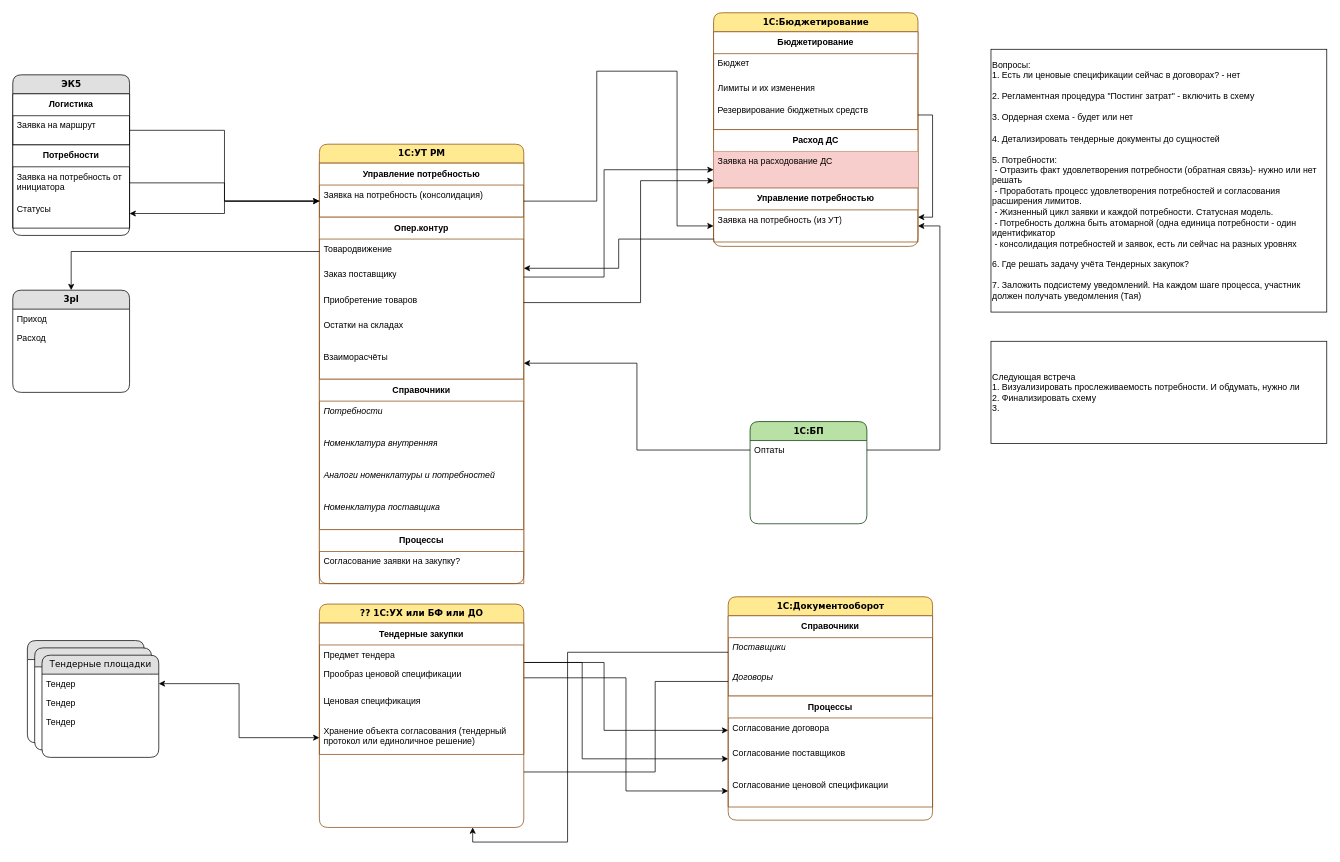
This is Диаграмма без названия.drawio from mih-ap/dwaw.io, a draw.io file, before an edit. Source tidied: cells renumbered, new cells numbered last; positions are measured from the earlier drawing's top-left corner, leaving out a move shared by most shapes. Both pictures are drawn from the tidied source at 73%, with x=0, y=0 at pixel (12, 12).
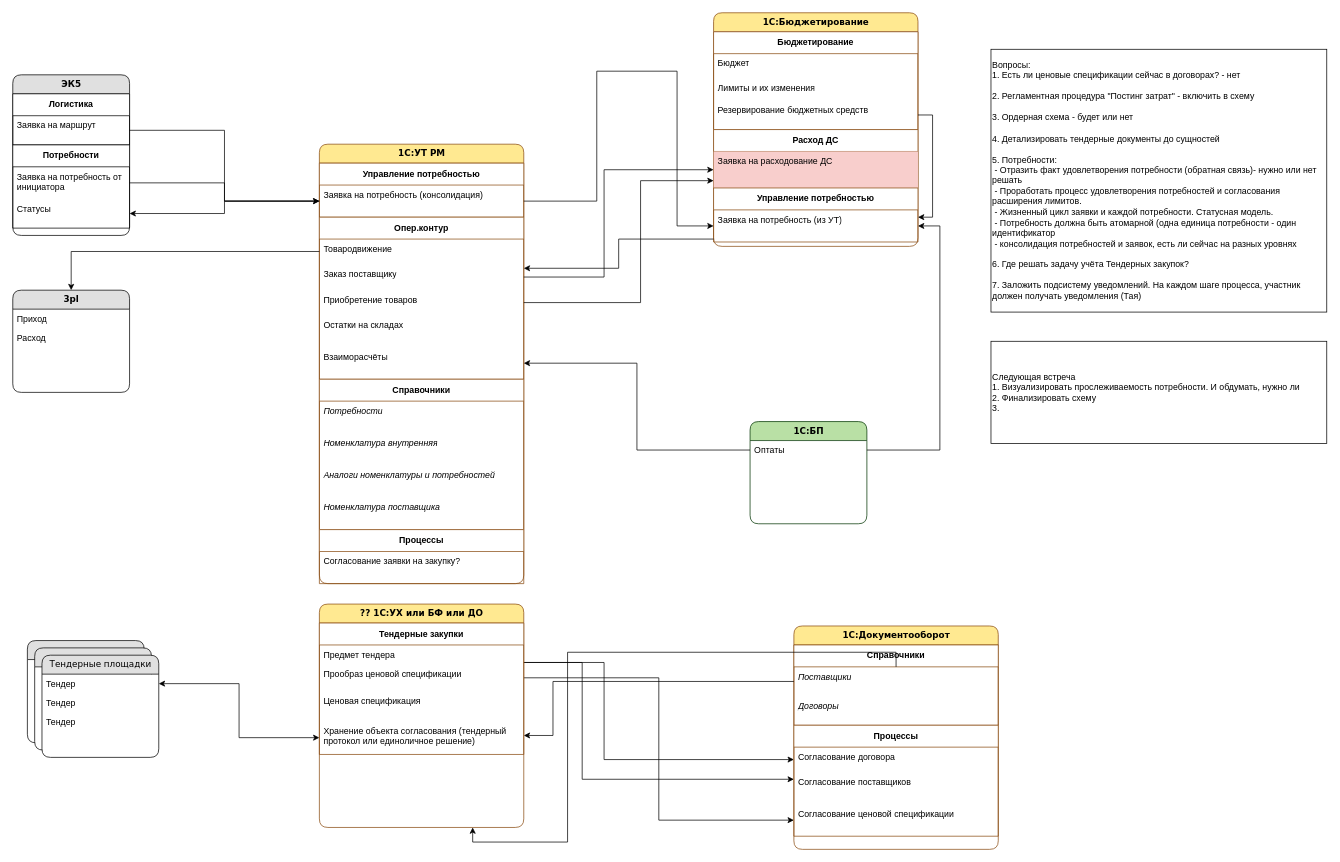
Above is the later version.

Unchanged cells that the change refers to:
```xml
<mxCell id="42" value="Поставщики" style="text;html=1;strokeColor=none;fillColor=none;spacingLeft=4;spacingRight=4;whiteSpace=wrap;overflow=hidden;points=[[0,0.5],[1,0.5]];portConstraint=eastwest;fontStyle=2;" parent="41" vertex="1">
  <mxGeometry y="30" width="280" height="40" as="geometry" />
</mxCell>
<mxCell id="43" value="Договоры" style="text;html=1;strokeColor=none;fillColor=none;spacingLeft=4;spacingRight=4;whiteSpace=wrap;overflow=hidden;points=[[0,0.5],[1,0.5]];portConstraint=eastwest;fontStyle=2;" parent="41" vertex="1">
  <mxGeometry y="70" width="280" height="40" as="geometry" />
</mxCell>
<mxCell id="45" value="Согласование договора" style="text;html=1;strokeColor=none;fillColor=none;spacingLeft=4;spacingRight=4;whiteSpace=wrap;overflow=hidden;points=[[0,0.5],[1,0.5]];portConstraint=eastwest;" parent="44" vertex="1">
  <mxGeometry y="30" width="280" height="34" as="geometry" />
</mxCell>
<mxCell id="46" value="Согласование поставщиков" style="text;html=1;strokeColor=none;fillColor=none;spacingLeft=4;spacingRight=4;whiteSpace=wrap;overflow=hidden;points=[[0,0.5],[1,0.5]];portConstraint=eastwest;fontStyle=0;" parent="44" vertex="1">
  <mxGeometry y="64" width="280" height="44" as="geometry" />
</mxCell>
<mxCell id="74" value="Хранение объекта согласования (тендерный протокол или единоличное решение)" style="text;html=1;strokeColor=none;fillColor=none;spacingLeft=4;spacingRight=4;whiteSpace=wrap;overflow=hidden;points=[[0,0.5],[1,0.5]];portConstraint=eastwest;" parent="70" vertex="1">
  <mxGeometry y="134" width="280" height="46" as="geometry" />
</mxCell>
```

Change to the diagram source:
```diff
@@
     <mxCell id="40" value="1С:Документооборот" style="swimlane;html=1;fontStyle=1;horizontal=1;startSize=26;fillColor=#FFE991;swimlaneFillColor=#ffffff;align=center;rounded=1;shadow=0;comic=0;labelBackgroundColor=none;strokeWidth=1;fontFamily=Verdana;fontSize=12;strokeColor=#8B4D13;" parent="1" vertex="1">
-      <mxGeometry x="980" y="800" width="280" height="306" as="geometry" />
+      <mxGeometry x="1070" y="840" width="280" height="306" as="geometry" />
     </mxCell>
@@
-    <mxCell id="60" style="edgeStyle=orthogonalEdgeStyle;rounded=0;jettySize=auto;html=1;" parent="1" edge="1" source="43">
+    <mxCell id="60" style="edgeStyle=orthogonalEdgeStyle;rounded=0;jettySize=auto;html=1;" parent="1" edge="1" source="42" target="74">
       <mxGeometry relative="1" as="geometry">
-        <mxPoint x="518" y="980" as="targetPoint" />
         <Array as="points">
-          <mxPoint x="880" y="916" />
-          <mxPoint x="880" y="1040" />
-          <mxPoint x="518" y="1040" />
+          <mxPoint x="740" y="916" />
+          <mxPoint x="740" y="990" />
         </Array>
       </mxGeometry>
     </mxCell>
@@
     <mxCell id="67" style="edgeStyle=orthogonalEdgeStyle;rounded=0;jettySize=auto;html=1;" parent="1" edge="1" source="74" target="45">
       <mxGeometry relative="1" as="geometry">
         <Array as="points">
+          <mxPoint x="560" y="890" />
           <mxPoint x="810" y="890" />
-          <mxPoint x="810" y="983" />
+          <mxPoint x="810" y="1023" />
         </Array>
       </mxGeometry>
     </mxCell>
     <mxCell id="68" style="edgeStyle=orthogonalEdgeStyle;rounded=0;jettySize=auto;html=1;" parent="1" edge="1" source="74" target="46">
       <mxGeometry relative="1" as="geometry">
         <Array as="points">
+          <mxPoint x="560" y="890" />
           <mxPoint x="780" y="890" />
-          <mxPoint x="780" y="1022" />
+          <mxPoint x="780" y="1050" />
         </Array>
       </mxGeometry>
     </mxCell>
```
